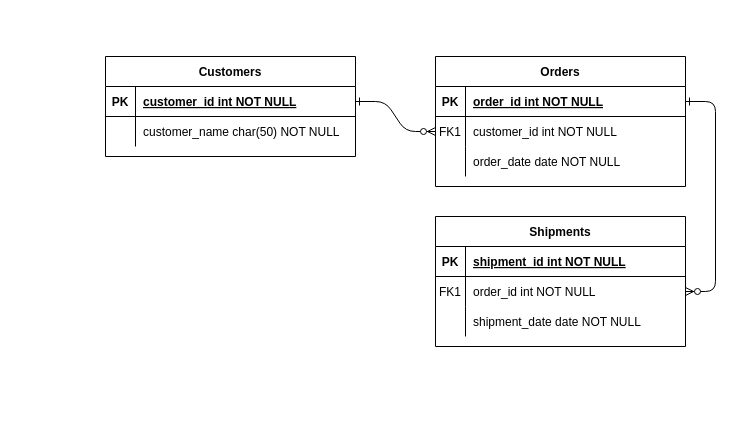
The draw.io diagram Berbagi.drawio in samsulanwar004/diagram, before the edit. Source tidied: cells renumbered, new cells numbered last; positions are measured from the earlier drawing's top-left corner, leaving out a move shared by most shapes. Both pictures are drawn from the tidied source at 100%, with x=0, y=0 at pixel (105, 56).
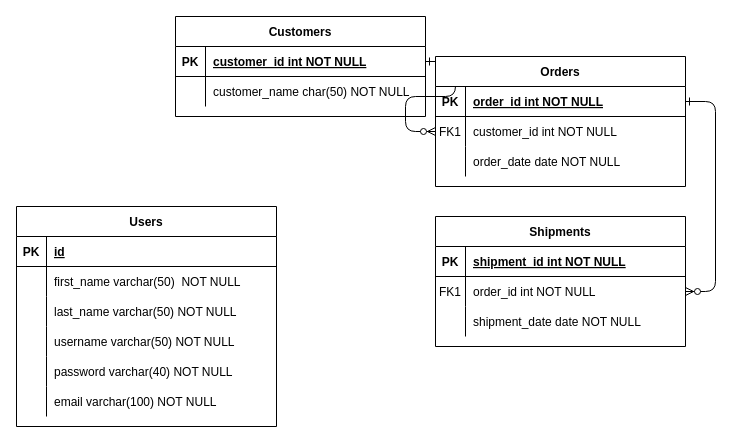
The same page after the edit.

The edit, as a diff of the source:
```diff
@@
     <mxCell id="24" value="Customers" style="shape=table;startSize=30;childLayout=tableLayout;rowLines=0;fontStyle=1;align=center;" parent="1" vertex="1">
-      <mxGeometry width="250" height="100" as="geometry" />
+      <mxGeometry x="70" y="-40" width="250" height="100" as="geometry" />
     </mxCell>
@@
+    <mxCell id="31" value="Users" style="shape=table;startSize=30;childLayout=tableLayout;rowLines=0;fontStyle=1;align=center;" parent="1" vertex="1">
+      <mxGeometry x="-89" y="150" width="260" height="220" as="geometry" />
+    </mxCell>
+    <mxCell id="32" style="shape=tableRow;horizontal=0;startSize=0;swimlaneHead=0;swimlaneBody=0;fillColor=none;top=0;left=0;right=0;bottom=1;" parent="31" vertex="1">
+      <mxGeometry y="30" width="260" height="30" as="geometry" />
+    </mxCell>
+    <mxCell id="33" value="PK" style="shape=partialRectangle;fillColor=none;top=0;left=0;bottom=0;right=0;fontStyle=1;overflow=hidden;" parent="32" vertex="1">
+      <mxGeometry width="30" height="30" as="geometry" />
+    </mxCell>
+    <mxCell id="34" value="id" style="shape=partialRectangle;fillColor=none;top=0;left=0;bottom=0;right=0;align=left;spacingLeft=6;fontStyle=5;overflow=hidden;" parent="32" vertex="1">
+      <mxGeometry x="30" width="230" height="30" as="geometry" />
+    </mxCell>
+    <mxCell id="35" style="shape=tableRow;horizontal=0;startSize=0;swimlaneHead=0;swimlaneBody=0;fillColor=none;top=0;left=0;right=0;bottom=0;" parent="31" vertex="1">
+      <mxGeometry y="60" width="260" height="30" as="geometry" />
+    </mxCell>
+    <mxCell id="36" style="shape=partialRectangle;fillColor=none;top=0;left=0;bottom=0;right=0;overflow=hidden;" parent="35" vertex="1">
+      <mxGeometry width="30" height="30" as="geometry" />
+    </mxCell>
+    <mxCell id="37" value="first_name varchar(50)  NOT NULL" style="shape=partialRectangle;fillColor=none;top=0;left=0;bottom=0;right=0;align=left;spacingLeft=6;overflow=hidden;" parent="35" vertex="1">
+      <mxGeometry x="30" width="230" height="30" as="geometry" />
+    </mxCell>
+    <mxCell id="38" style="shape=tableRow;horizontal=0;startSize=0;swimlaneHead=0;swimlaneBody=0;fillColor=none;top=0;left=0;right=0;bottom=0;" parent="31" vertex="1">
+      <mxGeometry y="90" width="260" height="30" as="geometry" />
+    </mxCell>
+    <mxCell id="39" style="shape=partialRectangle;fillColor=none;top=0;left=0;bottom=0;right=0;overflow=hidden;" parent="38" vertex="1">
+      <mxGeometry width="30" height="30" as="geometry" />
+    </mxCell>
+    <mxCell id="40" value="last_name varchar(50) NOT NULL" style="shape=partialRectangle;fillColor=none;top=0;left=0;bottom=0;right=0;align=left;spacingLeft=6;overflow=hidden;" parent="38" vertex="1">
+      <mxGeometry x="30" width="230" height="30" as="geometry" />
+    </mxCell>
+    <mxCell id="41" style="shape=tableRow;horizontal=0;startSize=0;swimlaneHead=0;swimlaneBody=0;fillColor=none;top=0;left=0;right=0;bottom=0;" parent="31" vertex="1">
+      <mxGeometry y="120" width="260" height="30" as="geometry" />
+    </mxCell>
+    <mxCell id="42" style="shape=partialRectangle;fillColor=none;top=0;left=0;bottom=0;right=0;overflow=hidden;" parent="41" vertex="1">
+      <mxGeometry width="30" height="30" as="geometry" />
+    </mxCell>
+    <mxCell id="43" value="username varchar(50) NOT NULL" style="shape=partialRectangle;fillColor=none;top=0;left=0;bottom=0;right=0;align=left;spacingLeft=6;overflow=hidden;" parent="41" vertex="1">
+      <mxGeometry x="30" width="230" height="30" as="geometry" />
+    </mxCell>
+    <mxCell id="44" style="shape=tableRow;horizontal=0;startSize=0;swimlaneHead=0;swimlaneBody=0;fillColor=none;top=0;left=0;right=0;bottom=0;" parent="31" vertex="1">
+      <mxGeometry y="150" width="260" height="30" as="geometry" />
+    </mxCell>
+    <mxCell id="45" style="shape=partialRectangle;fillColor=none;top=0;left=0;bottom=0;right=0;overflow=hidden;" parent="44" vertex="1">
+      <mxGeometry width="30" height="30" as="geometry" />
+    </mxCell>
+    <mxCell id="46" value="password varchar(40) NOT NULL" style="shape=partialRectangle;fillColor=none;top=0;left=0;bottom=0;right=0;align=left;spacingLeft=6;overflow=hidden;" parent="44" vertex="1">
+      <mxGeometry x="30" width="230" height="30" as="geometry" />
+    </mxCell>
+    <mxCell id="47" style="shape=tableRow;horizontal=0;startSize=0;swimlaneHead=0;swimlaneBody=0;fillColor=none;top=0;left=0;right=0;bottom=0;" parent="31" vertex="1">
+      <mxGeometry y="180" width="260" height="30" as="geometry" />
+    </mxCell>
+    <mxCell id="48" style="shape=partialRectangle;fillColor=none;top=0;left=0;bottom=0;right=0;overflow=hidden;" parent="47" vertex="1">
+      <mxGeometry width="30" height="30" as="geometry" />
+    </mxCell>
+    <mxCell id="49" value="email varchar(100) NOT NULL" style="shape=partialRectangle;fillColor=none;top=0;left=0;bottom=0;right=0;align=left;spacingLeft=6;overflow=hidden;" parent="47" vertex="1">
+      <mxGeometry x="30" width="230" height="30" as="geometry" />
+    </mxCell>
```
